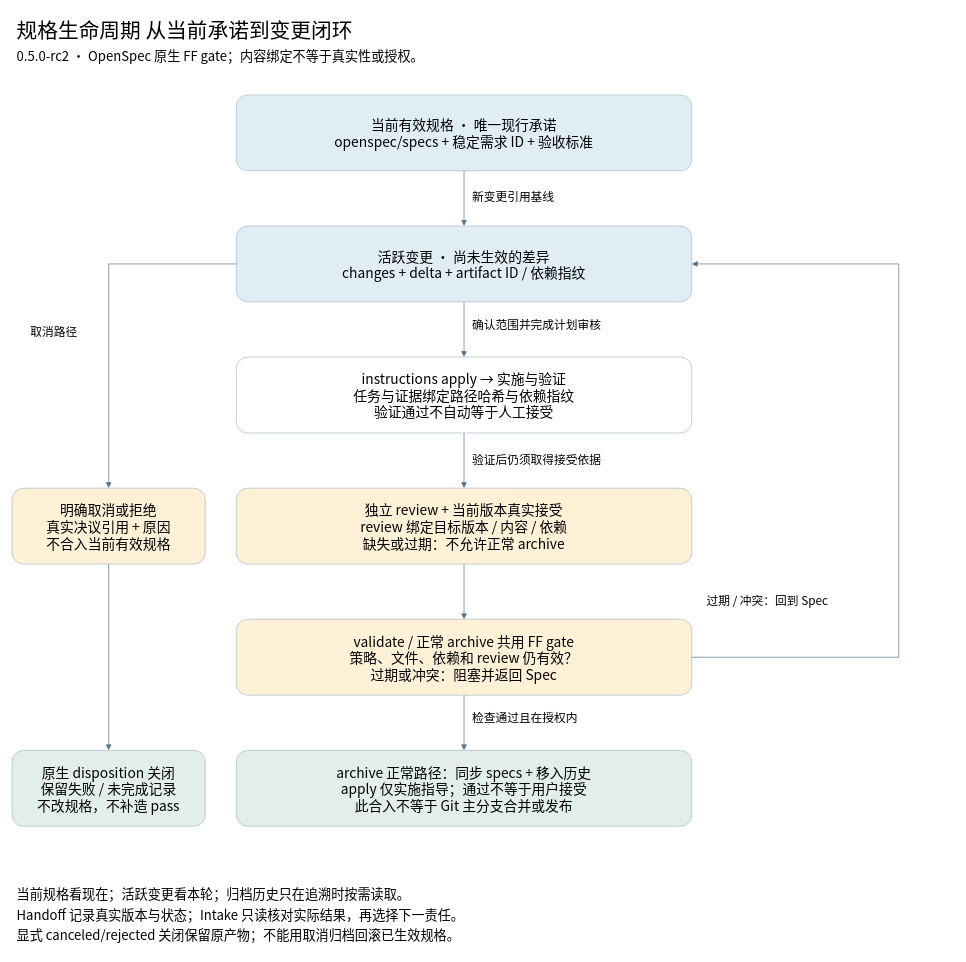
The draw.io diagram docs/diagrams/spec-lifecycle.drawio in chyhelloworld/ForgeFlowSkill, before the edit. Source tidied: cells renumbered, new cells numbered last; positions are measured from the earlier drawing's top-left corner, leaving out a move shared by most shapes. Both pictures are drawn from the tidied source at 69%, with x=0, y=0 at pixel (12, 12).
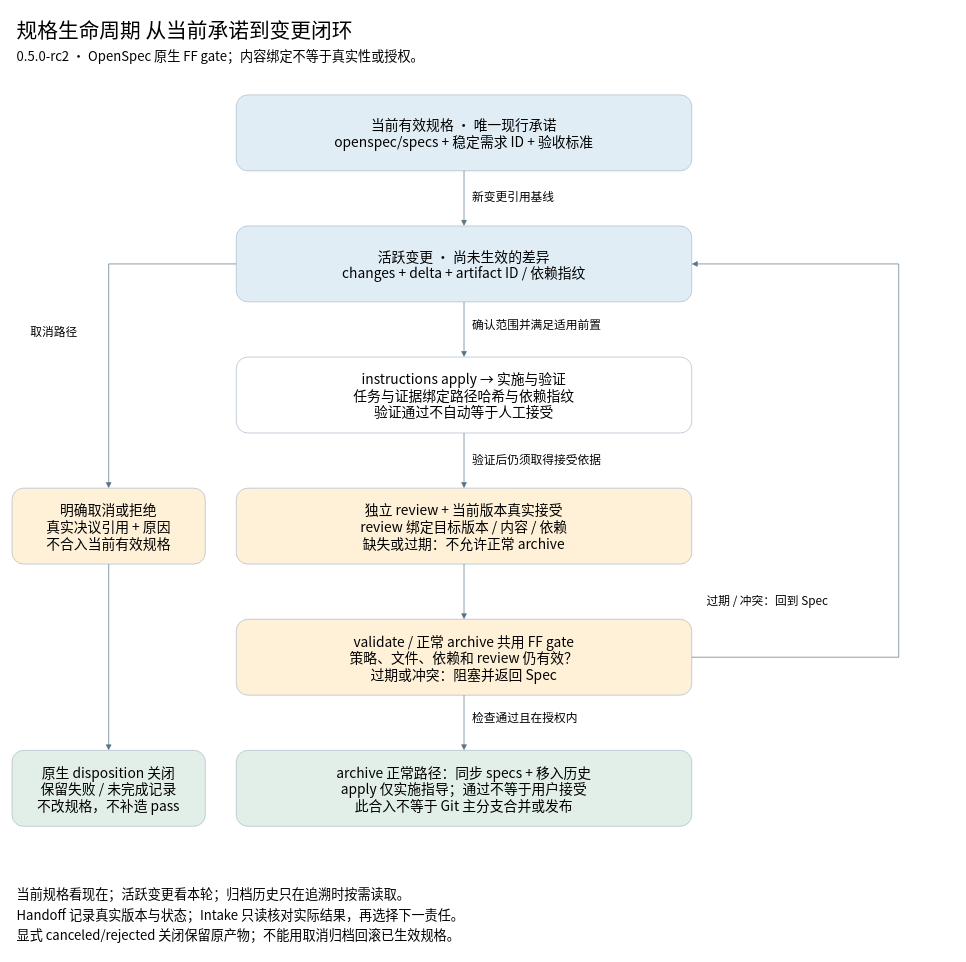
The same page after the edit.

The edit, as a diff of the source:
```diff
@@
-    <mxCell id="18" value="确认范围并完成计划审核" style="text;html=0;align=left;strokeColor=none;fillColor=none;fontSize=17;fontFamily=Noto Sans CJK SC;" parent="1" vertex="1">
+    <mxCell id="18" value="确认范围并满足适用前置" style="text;html=0;align=left;strokeColor=none;fillColor=none;fontSize=17;fontFamily=Noto Sans CJK SC;" parent="1" vertex="1">
       <mxGeometry x="665" y="437" width="360" height="30" as="geometry" />
     </mxCell>
```
